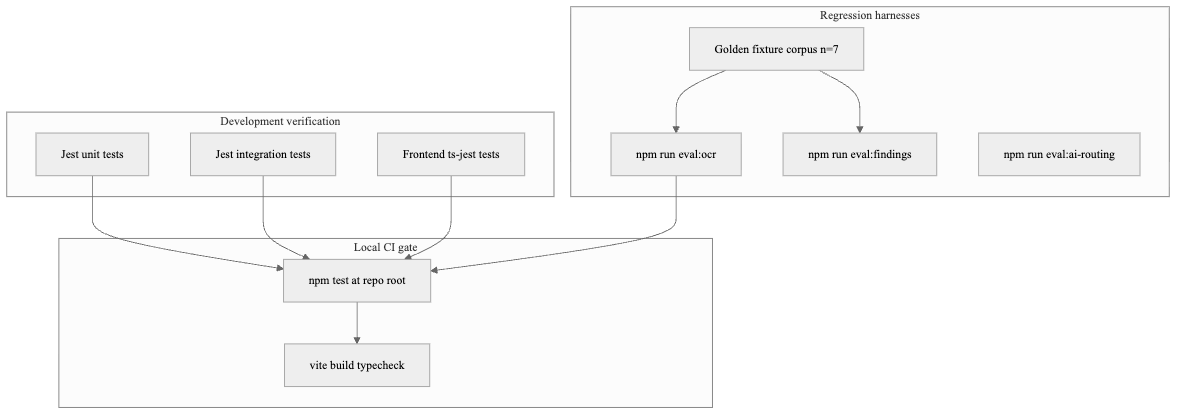
Above: Final_Project_Book/figures/fig11-verification.png in ofek1210/FinGuide (Mermaid), before the change. Its source is kept beside it as Final_Project_Book/figures/src/fig11-verification.mmd. Source of this version:
```mermaid
flowchart TB
  subgraph dev [Development verification]
    UnitTests[Jest unit tests]
    IntTests[Jest integration tests]
    FrontendTests[Frontend ts-jest tests]
  end
  subgraph regression [Regression harnesses]
    Golden[Golden fixture corpus n=7]
    EvalOCR["npm run eval:ocr"]
    EvalFindings["npm run eval:findings"]
    EvalAI["npm run eval:ai-routing"]
  end
  subgraph ci [Local CI gate]
    RootTest["npm test at repo root"]
    ViteBuild[vite build typecheck]
  end
  UnitTests --> RootTest
  IntTests --> RootTest
  FrontendTests --> RootTest
  Golden --> EvalOCR
  Golden --> EvalFindings
  EvalOCR --> RootTest
  RootTest --> ViteBuild
```
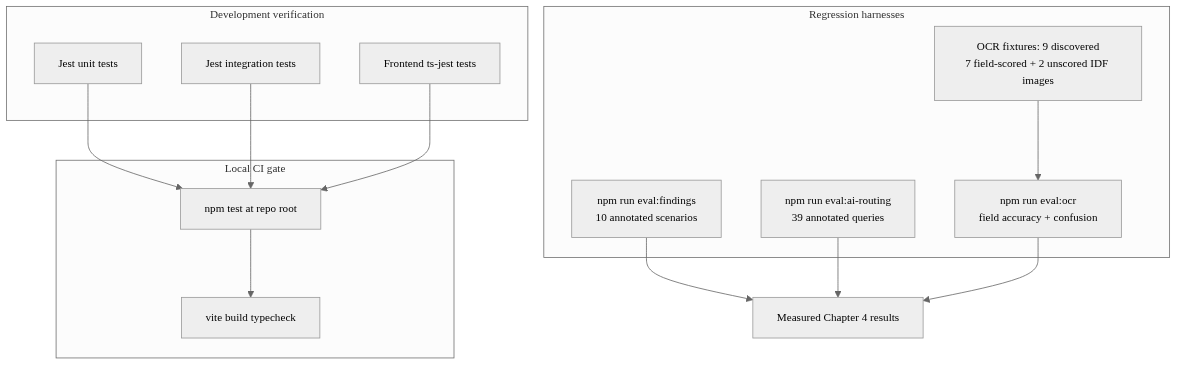
After the commit.

Diff of the diagram source:
```diff
@@ -5,10 +5,10 @@
     FrontendTests[Frontend ts-jest tests]
   end
   subgraph regression [Regression harnesses]
-    Golden[Golden fixture corpus n=7]
-    EvalOCR["npm run eval:ocr"]
-    EvalFindings["npm run eval:findings"]
-    EvalAI["npm run eval:ai-routing"]
+    Golden["OCR fixtures: 9 discovered\n7 field-scored + 2 unscored IDF images"]
+    EvalOCR["npm run eval:ocr\nfield accuracy + confusion"]
+    EvalFindings["npm run eval:findings\n10 annotated scenarios"]
+    EvalAI["npm run eval:ai-routing\n39 annotated queries"]
   end
   subgraph ci [Local CI gate]
     RootTest["npm test at repo root"]
@@ -18,6 +18,7 @@
   IntTests --> RootTest
   FrontendTests --> RootTest
   Golden --> EvalOCR
-  Golden --> EvalFindings
-  EvalOCR --> RootTest
+  EvalFindings --> RegressionReport["Measured Chapter 4 results"]
+  EvalAI --> RegressionReport
+  EvalOCR --> RegressionReport
   RootTest --> ViteBuild
```
